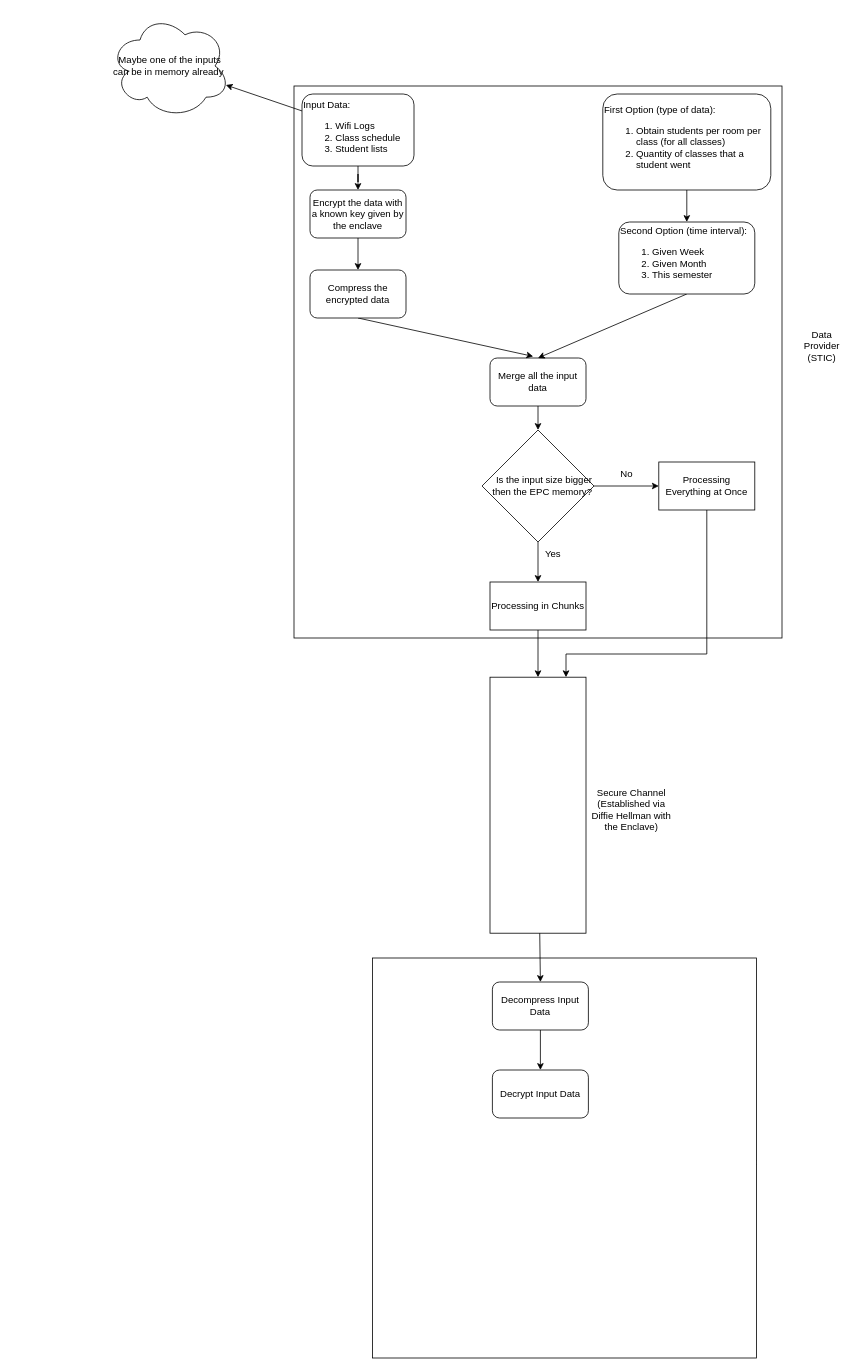
b0ga2/teseSGX keeps this draw.io diagram as page "Página-3" (2 of 2) of UC-SGX.drawio. Above is the earlier version. Source tidied: cells renumbered, new cells numbered last; positions are measured from the earlier drawing's top-left corner, leaving out a move shared by most shapes. Both pictures are drawn from the tidied source at 80%, with x=0, y=0 at pixel (110, 14).
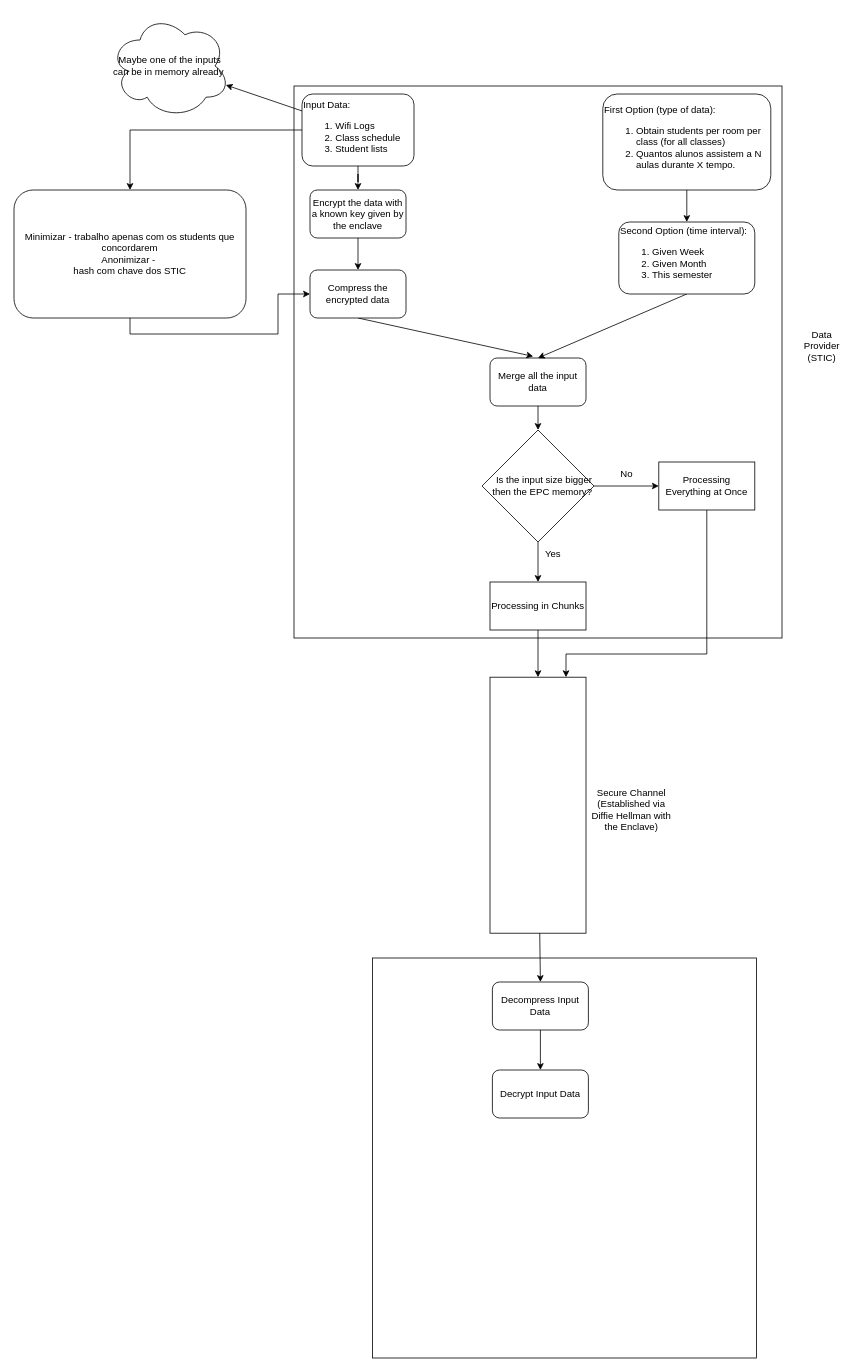
After the change.

Commit message:
Forgot to add the drawing

The change refers to these unchanged cells:
```xml
<mxCell id="5" value="&lt;div&gt;Input Data:&lt;/div&gt;&lt;div&gt;&lt;ol&gt;&lt;li&gt;Wifi Logs&lt;/li&gt;&lt;li&gt;Class schedule&lt;/li&gt;&lt;li&gt;Student lists&lt;/li&gt;&lt;/ol&gt;&lt;div&gt;&lt;br&gt;&lt;/div&gt;&lt;/div&gt;" style="rounded=1;whiteSpace=wrap;html=1;align=left;verticalAlign=top;" parent="1" vertex="1">
  <mxGeometry x="240" y="100" width="140" height="90" as="geometry" />
</mxCell>
<mxCell id="16" value="Compress the encrypted data" style="rounded=1;whiteSpace=wrap;html=1;" parent="1" vertex="1">
  <mxGeometry x="250" y="320" width="120" height="60" as="geometry" />
</mxCell>
```

What changed in the source:
```diff
@@
+    <mxCell id="35" style="edgeStyle=orthogonalEdgeStyle;rounded=0;jettySize=auto;html=1;entryX=0.5;entryY=0;entryDx=0;entryDy=0;" parent="1" edge="1" source="5" target="37">
+      <mxGeometry relative="1" as="geometry" />
+    </mxCell>
@@
-    <mxCell id="7" value="&lt;div align=&quot;left&quot;&gt;First Option (type of data):&lt;/div&gt;&lt;div align=&quot;left&quot;&gt;&lt;ol&gt;&lt;li&gt;Obtain students per room per class (for all classes)&lt;/li&gt;&lt;li&gt;Quantity of classes that a student went&lt;/li&gt;&lt;/ol&gt;&lt;/div&gt;" style="rounded=1;whiteSpace=wrap;html=1;align=left;" parent="1" vertex="1">
+    <mxCell id="7" value="&lt;div align=&quot;left&quot;&gt;First Option (type of data):&lt;/div&gt;&lt;div align=&quot;left&quot;&gt;&lt;ol&gt;&lt;li&gt;Obtain students per room per class (for all classes)&lt;/li&gt;&lt;li&gt;Quantos alunos assistem a N aulas durante X tempo.&lt;/li&gt;&lt;/ol&gt;&lt;/div&gt;" style="rounded=1;whiteSpace=wrap;html=1;align=left;" parent="1" vertex="1">
       <mxGeometry x="616" y="100" width="210" height="120" as="geometry" />
     </mxCell>
@@
+    <mxCell id="36" style="edgeStyle=orthogonalEdgeStyle;rounded=0;jettySize=auto;html=1;entryX=0;entryY=0.5;entryDx=0;entryDy=0;exitX=0.5;exitY=1;exitDx=0;exitDy=0;" parent="1" edge="1" source="37" target="16">
+      <mxGeometry relative="1" as="geometry" />
+    </mxCell>
+    <mxCell id="37" value="&lt;div&gt;Minimizar - trabalho apenas com os students que concordarem&lt;/div&gt;&lt;div&gt;Anonimizar -&amp;nbsp;&lt;/div&gt;hash com chave dos STIC" style="rounded=1;whiteSpace=wrap;html=1;" parent="1" vertex="1">
+      <mxGeometry x="-120" y="220" width="290" height="160" as="geometry" />
+    </mxCell>
```
